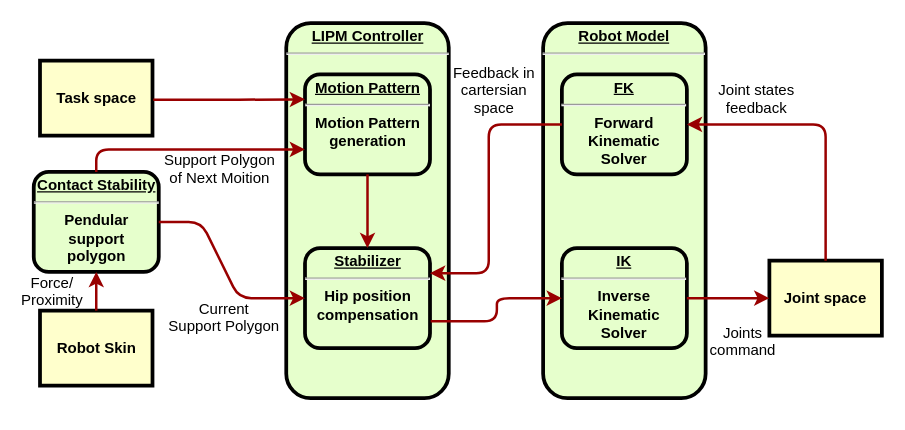
This is Untitled Diagram.drawio from HuiwenPan/workspace, a draw.io file, before an edit. Source tidied: cells renumbered, new cells numbered last; positions are measured from the earlier drawing's top-left corner, leaving out a move shared by most shapes. Both pictures are drawn from the tidied source at 125%, with x=0, y=0 at pixel (34, -14).
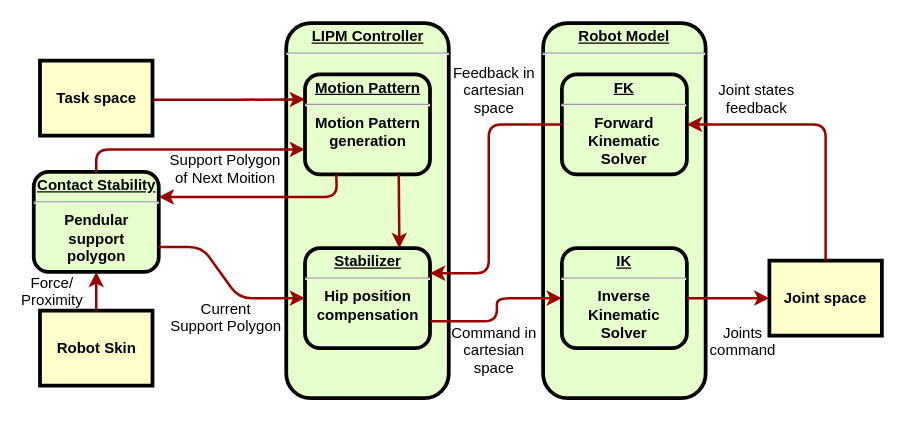
The same page after the edit.

Unchanged cells that the change refers to:
```xml
<mxCell id="2" value="&lt;p style=&quot;margin: 0px ; margin-top: 4px ; text-align: center ; text-decoration: underline&quot;&gt;&lt;strong&gt;Contact Stability&lt;br&gt;&lt;/strong&gt;&lt;/p&gt;&lt;hr&gt;&lt;div&gt;Pendular &lt;br&gt;&lt;/div&gt;&lt;div&gt;support&lt;/div&gt;&lt;div&gt; polygon&lt;/div&gt;" style="verticalAlign=middle;align=center;overflow=fill;fontSize=12;fontFamily=Helvetica;html=1;rounded=1;fontStyle=1;strokeWidth=3;fillColor=#E6FFCC;" parent="1" vertex="1">
  <mxGeometry x="-0.5" y="148" width="100" height="80" as="geometry" />
</mxCell>
<mxCell id="5" value="&lt;p style=&quot;margin: 0px ; margin-top: 4px ; text-align: center ; text-decoration: underline&quot;&gt;&lt;strong&gt;&lt;strong&gt;Motion Pattern&lt;/strong&gt;&lt;br&gt;&lt;/strong&gt;&lt;/p&gt;&lt;hr&gt;&lt;div&gt;Motion Pattern&lt;/div&gt;&lt;div&gt;generation&lt;br&gt;&lt;/div&gt;" style="verticalAlign=middle;align=center;overflow=fill;fontSize=12;fontFamily=Helvetica;html=1;rounded=1;fontStyle=1;strokeWidth=3;fillColor=#E6FFCC;" parent="1" vertex="1">
  <mxGeometry x="216.5" y="70" width="100" height="80" as="geometry" />
</mxCell>
<mxCell id="6" value="&lt;p style=&quot;margin: 0px ; margin-top: 4px ; text-align: center ; text-decoration: underline&quot;&gt;&lt;strong&gt;&lt;strong&gt;Stabilizer&lt;/strong&gt;&lt;br&gt;&lt;/strong&gt;&lt;/p&gt;&lt;hr&gt;&lt;div&gt;Hip position &lt;br&gt;&lt;/div&gt;&lt;div&gt;compensation&lt;br&gt;&lt;/div&gt;" style="verticalAlign=middle;align=center;overflow=fill;fontSize=12;fontFamily=Helvetica;html=1;rounded=1;fontStyle=1;strokeWidth=3;fillColor=#E6FFCC;" parent="1" vertex="1">
  <mxGeometry x="216.5" y="209" width="100" height="80" as="geometry" />
</mxCell>
```

What changed in the source:
```diff
@@
-    <mxCell id="16" value="Feedback in &#10;cartersian &#10;space" style="text;spacingTop=-5;align=center;" parent="1" vertex="1">
+    <mxCell id="16" value="Feedback in &#10;cartesian &#10;space" style="text;spacingTop=-5;align=center;" parent="1" vertex="1">
       <mxGeometry x="333.5" y="60" width="69" height="70" as="geometry" />
     </mxCell>
@@
     <mxCell id="18" value="Support Polygon&#10;of Next Moition&#10;" style="text;spacingTop=-5;align=center;" parent="1" vertex="1">
-      <mxGeometry x="133.5" y="130" width="30" height="20" as="geometry" />
+      <mxGeometry x="108" y="130" width="90" height="29" as="geometry" />
     </mxCell>
@@
-    <mxCell id="20" style="edgeStyle=none;noEdgeStyle=1;strokeColor=#990000;strokeWidth=2;entryX=0;entryY=0.5;entryDx=0;entryDy=0;exitX=1;exitY=0.5;exitDx=0;exitDy=0;" parent="1" edge="1" source="2" target="6">
+    <mxCell id="20" style="edgeStyle=none;noEdgeStyle=1;strokeColor=#990000;strokeWidth=2;entryX=0;entryY=0.5;entryDx=0;entryDy=0;exitX=1;exitY=0.75;exitDx=0;exitDy=0;" parent="1" edge="1" source="2" target="6">
       <mxGeometry relative="1" as="geometry">
         <Array as="points">
-          <mxPoint x="133.5" y="188" />
+          <mxPoint x="134" y="208" />
           <mxPoint x="163.5" y="249" />
         </Array>
       </mxGeometry>
     </mxCell>
     <mxCell id="21" value="Current&#10;Support Polygon&#10;" style="text;spacingTop=-5;align=center;" parent="1" vertex="1">
-      <mxGeometry x="137" y="249" width="30" height="49" as="geometry" />
+      <mxGeometry x="108" y="249" width="91" height="30" as="geometry" />
     </mxCell>
@@
-    <mxCell id="23" style="edgeStyle=elbowEdgeStyle;elbow=horizontal;strokeColor=#990000;strokeWidth=2;exitX=0.5;exitY=1;exitDx=0;exitDy=0;entryX=0.5;entryY=0;entryDx=0;entryDy=0;" parent="1" edge="1" source="5" target="6">
+    <mxCell id="23" style="edgeStyle=elbowEdgeStyle;elbow=horizontal;strokeColor=#990000;strokeWidth=2;exitX=0.75;exitY=1;exitDx=0;exitDy=0;" parent="1" edge="1" source="5" target="6">
       <mxGeometry relative="1" as="geometry">
         <Array as="points">
+          <mxPoint x="292" y="159" />
+          <mxPoint x="267" y="169" />
+          <mxPoint x="292" y="179" />
           <mxPoint x="266.5" y="179" />
           <mxPoint x="121.5" y="139" />
         </Array>
       </mxGeometry>
     </mxCell>
@@
+    <mxCell id="28" style="edgeStyle=elbowEdgeStyle;elbow=horizontal;strokeColor=#990000;strokeWidth=2;exitX=0.25;exitY=1;exitDx=0;exitDy=0;entryX=1;entryY=0.25;entryDx=0;entryDy=0;" parent="1" edge="1" source="5" target="2">
+      <mxGeometry relative="1" as="geometry">
+        <Array as="points">
+          <mxPoint x="242" y="159" />
+          <mxPoint x="241.5" y="189" />
+          <mxPoint x="216" y="189" />
+          <mxPoint x="71" y="149" />
+        </Array>
+      </mxGeometry>
+    </mxCell>
+    <mxCell id="29" value="Command in &#10;cartesian &#10;space&#10;" style="text;spacingTop=-5;align=center;" parent="1" vertex="1">
+      <mxGeometry x="322.5" y="268" width="91" height="51" as="geometry" />
+    </mxCell>
```
